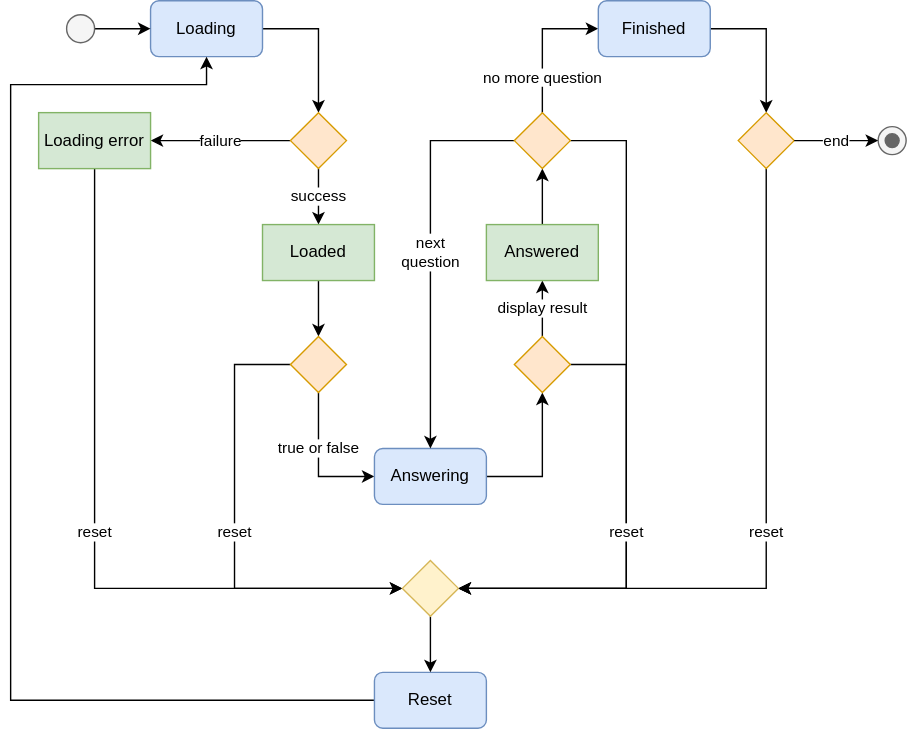
The draw.io diagram assignments/hw5/diagram1.svg in hanggrian/IIT-ITM555, before a commit. Source tidied: cells renumbered, new cells last; positions are measured from the earlier drawing's top-left corner, leaving out a move shared by most shapes.
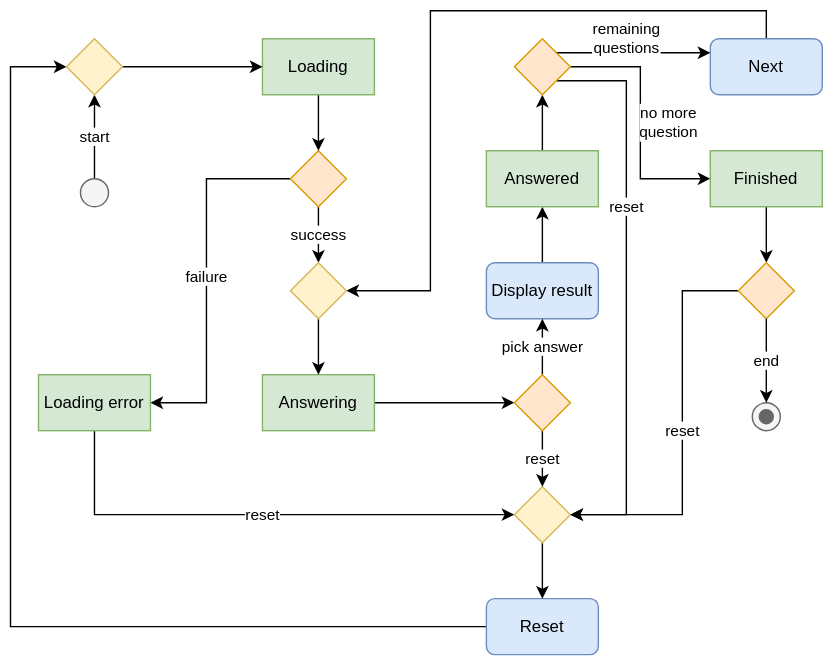
The same file after the commit.

The edit, as a diff of the source:
```diff
@@ -2,131 +2,144 @@
   <root>
     <mxCell id="0" />
     <mxCell id="1" parent="0" />
+    <mxCell id="5" value="failure" style="edgeStyle=orthogonalEdgeStyle;rounded=0;jettySize=auto;html=1;exitX=0;exitY=0.5;exitDx=0;exitDy=0;entryX=1;entryY=0.5;entryDx=0;entryDy=0;" parent="1" edge="1" source="6" target="30">
+      <mxGeometry relative="1" as="geometry">
+        <Array as="points">
+          <mxPoint x="140" y="120" />
+          <mxPoint x="140" y="280" />
+        </Array>
+      </mxGeometry>
+    </mxCell>
+    <mxCell id="4" value="success" style="edgeStyle=orthogonalEdgeStyle;rounded=0;jettySize=auto;html=1;exitX=0.5;exitY=1;exitDx=0;exitDy=0;entryX=0.5;entryY=0;entryDx=0;entryDy=0;" parent="1" edge="1" source="6" target="51">
+      <mxGeometry relative="1" as="geometry" />
+    </mxCell>
+    <mxCell id="6" style="rhombus;whiteSpace=wrap;html=1;shadow=0;fontFamily=Helvetica;fontSize=12;align=center;strokeWidth=1;spacing=6;spacingTop=-4;fillColor=#ffe6cc;strokeColor=#d79b00;" parent="1" vertex="1">
+      <mxGeometry x="200" y="100" width="40" height="40" as="geometry" />
+    </mxCell>
+    <mxCell id="37" style="edgeStyle=orthogonalEdgeStyle;rounded=0;jettySize=auto;html=1;exitX=1;exitY=0.5;exitDx=0;exitDy=0;entryX=0;entryY=0.5;entryDx=0;entryDy=0;" parent="1" edge="1" source="8" target="46">
+      <mxGeometry relative="1" as="geometry" />
+    </mxCell>
+    <mxCell id="8" value="Answering" style="rounded=0;whiteSpace=wrap;html=1;fillColor=#d5e8d4;strokeColor=#82b366;" parent="1" vertex="1">
+      <mxGeometry x="180" y="260" width="80" height="40" as="geometry" />
+    </mxCell>
+    <mxCell id="38" style="edgeStyle=orthogonalEdgeStyle;rounded=0;jettySize=auto;html=1;exitX=0;exitY=0.5;exitDx=0;exitDy=0;entryX=0;entryY=0.5;entryDx=0;entryDy=0;" parent="1" edge="1" source="13" target="56">
+      <mxGeometry relative="1" as="geometry">
+        <Array as="points">
+          <mxPoint y="440" />
+          <mxPoint y="40" />
+        </Array>
+      </mxGeometry>
+    </mxCell>
+    <mxCell id="13" value="Reset" style="rounded=1;whiteSpace=wrap;html=1;fontSize=12;glass=0;strokeWidth=1;shadow=0;fillColor=#dae8fc;strokeColor=#6c8ebf;" parent="1" vertex="1">
+      <mxGeometry x="340" y="420" width="80" height="40" as="geometry" />
+    </mxCell>
+    <mxCell id="39" style="edgeStyle=orthogonalEdgeStyle;rounded=0;jettySize=auto;html=1;exitX=0.5;exitY=0;exitDx=0;exitDy=0;entryX=0.5;entryY=1;entryDx=0;entryDy=0;" parent="1" edge="1" source="15" target="20">
+      <mxGeometry relative="1" as="geometry" />
+    </mxCell>
+    <mxCell id="15" value="Display result" style="rounded=1;whiteSpace=wrap;html=1;fontSize=12;glass=0;strokeWidth=1;shadow=0;fillColor=#dae8fc;strokeColor=#6c8ebf;" parent="1" vertex="1">
+      <mxGeometry x="340" y="180" width="80" height="40" as="geometry" />
+    </mxCell>
+    <mxCell id="40" style="edgeStyle=orthogonalEdgeStyle;rounded=0;jettySize=auto;html=1;exitX=0.5;exitY=0;exitDx=0;exitDy=0;entryX=0.5;entryY=1;entryDx=0;entryDy=0;" parent="1" edge="1" source="20" target="49">
+      <mxGeometry relative="1" as="geometry" />
+    </mxCell>
+    <mxCell id="20" value="Answered" style="rounded=0;whiteSpace=wrap;html=1;fillColor=#d5e8d4;strokeColor=#82b366;" parent="1" vertex="1">
+      <mxGeometry x="340" y="100" width="80" height="40" as="geometry" />
+    </mxCell>
+    <mxCell id="28" style="edgeStyle=orthogonalEdgeStyle;rounded=0;jettySize=auto;html=1;exitX=0.5;exitY=1;exitDx=0;exitDy=0;entryX=0.5;entryY=0;entryDx=0;entryDy=0;" parent="1" edge="1" source="29" target="13">
+      <mxGeometry relative="1" as="geometry" />
+    </mxCell>
+    <mxCell id="29" style="rhombus;whiteSpace=wrap;html=1;shadow=0;fontFamily=Helvetica;fontSize=12;align=center;strokeWidth=1;spacing=6;spacingTop=-4;fillColor=#fff2cc;strokeColor=#d6b656;" parent="1" vertex="1">
+      <mxGeometry x="360" y="340" width="40" height="40" as="geometry" />
+    </mxCell>
+    <mxCell id="27" value="reset" style="edgeStyle=orthogonalEdgeStyle;rounded=0;jettySize=auto;html=1;exitX=0.5;exitY=1;exitDx=0;exitDy=0;entryX=0;entryY=0.5;entryDx=0;entryDy=0;" parent="1" edge="1" source="30" target="29">
+      <mxGeometry relative="1" as="geometry" />
+    </mxCell>
+    <mxCell id="30" value="Loading error" style="rounded=0;whiteSpace=wrap;html=1;fillColor=#d5e8d4;strokeColor=#82b366;" parent="1" vertex="1">
+      <mxGeometry x="20" y="260" width="80" height="40" as="geometry" />
+    </mxCell>
+    <mxCell id="41" value="start" style="edgeStyle=orthogonalEdgeStyle;rounded=0;jettySize=auto;html=1;exitX=0.5;exitY=0;exitDx=0;exitDy=0;entryX=0.5;entryY=1;entryDx=0;entryDy=0;" parent="1" edge="1" source="32" target="56">
+      <mxGeometry relative="1" as="geometry" />
+    </mxCell>
+    <mxCell id="32" style="ellipse;fillColor=#f5f5f5;html=1;fontColor=#333333;strokeColor=#666666;" parent="1" vertex="1">
+      <mxGeometry x="50" y="120" width="20" height="20" as="geometry" />
+    </mxCell>
+    <mxCell id="35" style="shape=mxgraph.sysml.actFinal;html=1;verticalLabelPosition=bottom;labelBackgroundColor=#ffffff;verticalAlign=top;fillColor=#f5f5f5;fontColor=#333333;strokeColor=#666666;" parent="1" vertex="1">
+      <mxGeometry x="530" y="280" width="20" height="20" as="geometry" />
+    </mxCell>
+    <mxCell id="42" style="edgeStyle=orthogonalEdgeStyle;rounded=0;jettySize=auto;html=1;exitX=0.5;exitY=0;exitDx=0;exitDy=0;entryX=1;entryY=0.5;entryDx=0;entryDy=0;" parent="1" edge="1" source="43" target="51">
+      <mxGeometry relative="1" as="geometry">
+        <Array as="points">
+          <mxPoint x="540" />
+          <mxPoint x="300" />
+          <mxPoint x="300" y="200" />
+        </Array>
+      </mxGeometry>
+    </mxCell>
+    <mxCell id="43" value="Next" style="rounded=1;whiteSpace=wrap;html=1;fontSize=12;glass=0;strokeWidth=1;shadow=0;fillColor=#dae8fc;strokeColor=#6c8ebf;" parent="1" vertex="1">
+      <mxGeometry x="500" y="20" width="80" height="40" as="geometry" />
+    </mxCell>
+    <mxCell id="44" value="pick answer" style="edgeStyle=orthogonalEdgeStyle;rounded=0;jettySize=auto;html=1;exitX=0.5;exitY=0;exitDx=0;exitDy=0;entryX=0.5;entryY=1;entryDx=0;entryDy=0;" parent="1" edge="1" source="46" target="15">
+      <mxGeometry relative="1" as="geometry" />
+    </mxCell>
+    <mxCell id="45" value="reset" style="edgeStyle=orthogonalEdgeStyle;rounded=0;jettySize=auto;html=1;exitX=0.5;exitY=1;exitDx=0;exitDy=0;entryX=0.5;entryY=0;entryDx=0;entryDy=0;" parent="1" edge="1" source="46" target="29">
+      <mxGeometry relative="1" as="geometry" />
+    </mxCell>
+    <mxCell id="46" style="rhombus;whiteSpace=wrap;html=1;shadow=0;fontFamily=Helvetica;fontSize=12;align=center;strokeWidth=1;spacing=6;spacingTop=-4;fillColor=#ffe6cc;strokeColor=#d79b00;" parent="1" vertex="1">
+      <mxGeometry x="360" y="260" width="40" height="40" as="geometry" />
+    </mxCell>
-    <mxCell id="2" style="edgeStyle=orthogonalEdgeStyle;rounded=0;jettySize=auto;html=1;exitX=1;exitY=0.5;exitDx=0;exitDy=0;entryX=0.5;entryY=0;entryDx=0;entryDy=0;" parent="1" edge="1" source="3" target="6">
+    <mxCell id="2" style="edgeStyle=orthogonalEdgeStyle;rounded=0;jettySize=auto;html=1;exitX=0.5;exitY=1;exitDx=0;exitDy=0;entryX=0.5;entryY=0;entryDx=0;entryDy=0;" parent="1" edge="1" source="3" target="6">
       <mxGeometry relative="1" as="geometry" />
     </mxCell>
-    <mxCell id="3" value="Loading" style="rounded=1;whiteSpace=wrap;html=1;fontSize=12;glass=0;strokeWidth=1;shadow=0;fillColor=#dae8fc;strokeColor=#6c8ebf;" parent="1" vertex="1">
-      <mxGeometry x="100" width="80" height="40" as="geometry" />
+    <mxCell id="3" value="Loading" style="rounded=0;whiteSpace=wrap;html=1;fillColor=#d5e8d4;strokeColor=#82b366;" parent="1" vertex="1">
+      <mxGeometry x="180" y="20" width="80" height="40" as="geometry" />
     </mxCell>
-    <mxCell id="4" value="success" style="edgeStyle=orthogonalEdgeStyle;rounded=0;jettySize=auto;html=1;exitX=0.5;exitY=1;exitDx=0;exitDy=0;entryX=0.5;entryY=0;entryDx=0;entryDy=0;" parent="1" edge="1" source="6" target="8">
-      <mxGeometry relative="1" as="geometry" />
-    </mxCell>
-    <mxCell id="5" value="failure" style="edgeStyle=orthogonalEdgeStyle;rounded=0;jettySize=auto;html=1;exitX=0;exitY=0.5;exitDx=0;exitDy=0;entryX=1;entryY=0.5;entryDx=0;entryDy=0;" parent="1" edge="1" source="6" target="30">
-      <mxGeometry relative="1" as="geometry" />
-    </mxCell>
-    <mxCell id="6" style="rhombus;whiteSpace=wrap;html=1;shadow=0;fontFamily=Helvetica;fontSize=12;align=center;strokeWidth=1;spacing=6;spacingTop=-4;fillColor=#ffe6cc;strokeColor=#d79b00;" parent="1" vertex="1">
-      <mxGeometry x="200" y="80" width="40" height="40" as="geometry" />
-    </mxCell>
-    <mxCell id="7" style="edgeStyle=orthogonalEdgeStyle;rounded=0;jettySize=auto;html=1;exitX=0.5;exitY=1;exitDx=0;exitDy=0;entryX=0.5;entryY=0;entryDx=0;entryDy=0;" parent="1" edge="1" source="8" target="11">
-      <mxGeometry relative="1" as="geometry" />
-    </mxCell>
-    <mxCell id="8" value="Loaded" style="rounded=0;whiteSpace=wrap;html=1;fillColor=#d5e8d4;strokeColor=#82b366;" parent="1" vertex="1">
-      <mxGeometry x="180" y="160" width="80" height="40" as="geometry" />
-    </mxCell>
-    <mxCell id="9" value="reset" style="edgeStyle=orthogonalEdgeStyle;rounded=0;jettySize=auto;html=1;exitX=0;exitY=0.5;exitDx=0;exitDy=0;entryX=0;entryY=0.5;entryDx=0;entryDy=0;" parent="1" edge="1" source="11" target="29">
-      <mxGeometry relative="1" as="geometry">
-        <Array as="points">
-          <mxPoint x="160" y="260" />
-          <mxPoint x="160" y="420" />
-        </Array>
-      </mxGeometry>
-    </mxCell>
-    <mxCell id="10" value="true or false" style="edgeStyle=orthogonalEdgeStyle;rounded=0;jettySize=auto;html=1;exitX=0.5;exitY=1;exitDx=0;exitDy=0;entryX=0;entryY=0.5;entryDx=0;entryDy=0;" parent="1" edge="1" source="11" target="15">
-      <mxGeometry x="-0.2" relative="1" as="geometry" />
-    </mxCell>
-    <mxCell id="11" style="rhombus;whiteSpace=wrap;html=1;shadow=0;fontFamily=Helvetica;fontSize=12;align=center;strokeWidth=1;spacing=6;spacingTop=-4;fillColor=#ffe6cc;strokeColor=#d79b00;" parent="1" vertex="1">
-      <mxGeometry x="200" y="240" width="40" height="40" as="geometry" />
-    </mxCell>
-    <mxCell id="12" style="edgeStyle=orthogonalEdgeStyle;rounded=0;jettySize=auto;html=1;exitX=0;exitY=0.5;exitDx=0;exitDy=0;entryX=0.5;entryY=1;entryDx=0;entryDy=0;" parent="1" edge="1" source="13" target="3">
-      <mxGeometry relative="1" as="geometry">
-        <Array as="points">
-          <mxPoint y="500" />
-          <mxPoint y="60" />
-          <mxPoint x="140" y="60" />
-        </Array>
-      </mxGeometry>
-    </mxCell>
-    <mxCell id="13" value="Reset" style="rounded=1;whiteSpace=wrap;html=1;fontSize=12;glass=0;strokeWidth=1;shadow=0;fillColor=#dae8fc;strokeColor=#6c8ebf;" parent="1" vertex="1">
-      <mxGeometry x="260" y="480" width="80" height="40" as="geometry" />
-    </mxCell>
-    <mxCell id="14" style="edgeStyle=orthogonalEdgeStyle;rounded=0;jettySize=auto;html=1;exitX=1;exitY=0.5;exitDx=0;exitDy=0;entryX=0.5;entryY=1;entryDx=0;entryDy=0;" parent="1" edge="1" source="15" target="18">
-      <mxGeometry relative="1" as="geometry" />
-    </mxCell>
-    <mxCell id="15" value="Answering" style="rounded=1;whiteSpace=wrap;html=1;fontSize=12;glass=0;strokeWidth=1;shadow=0;fillColor=#dae8fc;strokeColor=#6c8ebf;" parent="1" vertex="1">
-      <mxGeometry x="260" y="320" width="80" height="40" as="geometry" />
-    </mxCell>
-    <mxCell id="16" value="display result" style="edgeStyle=orthogonalEdgeStyle;rounded=0;jettySize=auto;html=1;exitX=0.5;exitY=0;exitDx=0;exitDy=0;entryX=0.5;entryY=1;entryDx=0;entryDy=0;" parent="1" edge="1" source="18" target="20">
-      <mxGeometry relative="1" as="geometry" />
-    </mxCell>
-    <mxCell id="17" style="edgeStyle=orthogonalEdgeStyle;rounded=0;jettySize=auto;html=1;exitX=1;exitY=0.5;exitDx=0;exitDy=0;entryX=1;entryY=0.5;entryDx=0;entryDy=0;" parent="1" edge="1" source="18" target="29">
-      <mxGeometry relative="1" as="geometry">
-        <Array as="points">
-          <mxPoint x="440" y="260" />
-          <mxPoint x="440" y="420" />
-        </Array>
-      </mxGeometry>
-    </mxCell>
-    <mxCell id="18" style="rhombus;whiteSpace=wrap;html=1;shadow=0;fontFamily=Helvetica;fontSize=12;align=center;strokeWidth=1;spacing=6;spacingTop=-4;fillColor=#ffe6cc;strokeColor=#d79b00;" parent="1" vertex="1">
-      <mxGeometry x="360" y="240" width="40" height="40" as="geometry" />
-    </mxCell>
-    <mxCell id="19" style="edgeStyle=orthogonalEdgeStyle;rounded=0;jettySize=auto;html=1;exitX=0.5;exitY=0;exitDx=0;exitDy=0;entryX=0.5;entryY=1;entryDx=0;entryDy=0;" parent="1" edge="1" source="20" target="24">
-      <mxGeometry relative="1" as="geometry" />
-    </mxCell>
-    <mxCell id="20" value="Answered" style="rounded=0;whiteSpace=wrap;html=1;fillColor=#d5e8d4;strokeColor=#82b366;" parent="1" vertex="1">
-      <mxGeometry x="340" y="160" width="80" height="40" as="geometry" />
-    </mxCell>
+    <mxCell id="47" value="remaining&lt;div&gt;questions&lt;/div&gt;" style="edgeStyle=orthogonalEdgeStyle;rounded=0;jettySize=auto;html=1;exitX=1;exitY=0;exitDx=0;exitDy=0;entryX=0;entryY=0.25;entryDx=0;entryDy=0;" parent="1" edge="1" source="49" target="43">
+      <mxGeometry x="-0.09" y="10" relative="1" as="geometry" />
+    </mxCell>
-    <mxCell id="21" value="no more question" style="edgeStyle=orthogonalEdgeStyle;rounded=0;jettySize=auto;html=1;exitX=0.5;exitY=0;exitDx=0;exitDy=0;entryX=0;entryY=0.5;entryDx=0;entryDy=0;" parent="1" edge="1" source="24" target="26">
-      <mxGeometry x="-0.5" relative="1" as="geometry" />
+    <mxCell id="21" value="no more&lt;div&gt;question&lt;/div&gt;" style="edgeStyle=orthogonalEdgeStyle;rounded=0;jettySize=auto;html=1;exitX=1;exitY=0.5;exitDx=0;exitDy=0;entryX=0;entryY=0.5;entryDx=0;entryDy=0;" parent="1" edge="1" source="49" target="26">
+      <mxGeometry y="20" relative="1" as="geometry" />
     </mxCell>
-    <mxCell id="22" value="reset" style="edgeStyle=orthogonalEdgeStyle;rounded=0;jettySize=auto;html=1;exitX=1;exitY=0.5;exitDx=0;exitDy=0;" parent="1" edge="1" source="24">
-      <mxGeometry x="0.33" relative="1" as="geometry">
-        <mxPoint x="320" y="420" as="targetPoint" />
-        <Array as="points">
-          <mxPoint x="440" y="100" />
-          <mxPoint x="440" y="420" />
-        </Array>
-      </mxGeometry>
-    </mxCell>
-    <mxCell id="23" value="next&lt;div&gt;question&lt;/div&gt;" style="edgeStyle=orthogonalEdgeStyle;rounded=0;jettySize=auto;html=1;exitX=0;exitY=0.5;exitDx=0;exitDy=0;entryX=0.5;entryY=0;entryDx=0;entryDy=0;" parent="1" edge="1" source="24" target="15">
-      <mxGeometry relative="1" as="geometry" />
-    </mxCell>
-    <mxCell id="24" style="rhombus;whiteSpace=wrap;html=1;shadow=0;fontFamily=Helvetica;fontSize=12;align=center;strokeWidth=1;spacing=6;spacingTop=-4;fillColor=#ffe6cc;strokeColor=#d79b00;" parent="1" vertex="1">
-      <mxGeometry x="360" y="80" width="40" height="40" as="geometry" />
-    </mxCell>
-    <mxCell id="25" style="edgeStyle=orthogonalEdgeStyle;rounded=0;jettySize=auto;html=1;exitX=1;exitY=0.5;exitDx=0;exitDy=0;entryX=0.5;entryY=0;entryDx=0;entryDy=0;" parent="1" edge="1" source="26" target="34">
-      <mxGeometry relative="1" as="geometry" />
-    </mxCell>
+    <mxCell id="48" value="reset" style="edgeStyle=orthogonalEdgeStyle;rounded=0;jettySize=auto;html=1;exitX=1;exitY=1;exitDx=0;exitDy=0;entryX=1;entryY=0.5;entryDx=0;entryDy=0;" parent="1" edge="1" source="49" target="29">
+      <mxGeometry x="-0.3" relative="1" as="geometry">
+        <Array as="points">
+          <mxPoint x="440" y="50" />
+          <mxPoint x="440" y="360" />
+        </Array>
+      </mxGeometry>
+    </mxCell>
+    <mxCell id="49" style="rhombus;whiteSpace=wrap;html=1;shadow=0;fontFamily=Helvetica;fontSize=12;align=center;strokeWidth=1;spacing=6;spacingTop=-4;fillColor=#ffe6cc;strokeColor=#d79b00;" parent="1" vertex="1">
+      <mxGeometry x="360" y="20" width="40" height="40" as="geometry" />
+    </mxCell>
+    <mxCell id="50" style="edgeStyle=orthogonalEdgeStyle;rounded=0;jettySize=auto;html=1;" parent="1" edge="1" source="51" target="8">
+      <mxGeometry relative="1" as="geometry" />
+    </mxCell>
+    <mxCell id="51" style="rhombus;whiteSpace=wrap;html=1;shadow=0;fontFamily=Helvetica;fontSize=12;align=center;strokeWidth=1;spacing=6;spacingTop=-4;fillColor=#fff2cc;strokeColor=#d6b656;" parent="1" vertex="1">
+      <mxGeometry x="200" y="180" width="40" height="40" as="geometry" />
+    </mxCell>
+    <mxCell id="52" style="edgeStyle=orthogonalEdgeStyle;rounded=0;jettySize=auto;html=1;exitX=0.5;exitY=1;exitDx=0;exitDy=0;entryX=0.5;entryY=0;entryDx=0;entryDy=0;" parent="1" edge="1" source="26" target="54">
+      <mxGeometry relative="1" as="geometry" />
+    </mxCell>
-    <mxCell id="26" value="Finished" style="rounded=1;whiteSpace=wrap;html=1;fontSize=12;glass=0;strokeWidth=1;shadow=0;fillColor=#dae8fc;strokeColor=#6c8ebf;" parent="1" vertex="1">
-      <mxGeometry x="420" width="80" height="40" as="geometry" />
+    <mxCell id="26" value="Finished" style="rounded=0;whiteSpace=wrap;html=1;fillColor=#d5e8d4;strokeColor=#82b366;" parent="1" vertex="1">
+      <mxGeometry x="500" y="100" width="80" height="40" as="geometry" />
     </mxCell>
-    <mxCell id="27" value="reset" style="edgeStyle=orthogonalEdgeStyle;rounded=0;jettySize=auto;html=1;entryX=0;entryY=0.5;entryDx=0;entryDy=0;exitX=0.5;exitY=1;exitDx=0;exitDy=0;" parent="1" edge="1" source="30" target="29">
-      <mxGeometry relative="1" as="geometry" />
-    </mxCell>
-    <mxCell id="28" style="edgeStyle=orthogonalEdgeStyle;rounded=0;jettySize=auto;html=1;exitX=0.5;exitY=1;exitDx=0;exitDy=0;entryX=0.5;entryY=0;entryDx=0;entryDy=0;" parent="1" edge="1" source="29" target="13">
-      <mxGeometry relative="1" as="geometry" />
-    </mxCell>
-    <mxCell id="29" style="rhombus;whiteSpace=wrap;html=1;shadow=0;fontFamily=Helvetica;fontSize=12;align=center;strokeWidth=1;spacing=6;spacingTop=-4;fillColor=#fff2cc;strokeColor=#d6b656;" parent="1" vertex="1">
-      <mxGeometry x="280" y="400" width="40" height="40" as="geometry" />
-    </mxCell>
-    <mxCell id="30" value="Loading error" style="rounded=0;whiteSpace=wrap;html=1;fillColor=#d5e8d4;strokeColor=#82b366;" parent="1" vertex="1">
-      <mxGeometry x="20" y="80" width="80" height="40" as="geometry" />
-    </mxCell>
-    <mxCell id="31" style="edgeStyle=orthogonalEdgeStyle;rounded=0;jettySize=auto;html=1;exitX=1;exitY=0.5;exitDx=0;exitDy=0;entryX=0;entryY=0.5;entryDx=0;entryDy=0;" parent="1" edge="1" source="32" target="3">
-      <mxGeometry relative="1" as="geometry" />
-    </mxCell>
-    <mxCell id="32" style="ellipse;fillColor=#f5f5f5;html=1;fontColor=#333333;strokeColor=#666666;" parent="1" vertex="1">
-      <mxGeometry x="40" y="10" width="20" height="20" as="geometry" />
-    </mxCell>
-    <mxCell id="33" value="reset" style="edgeStyle=orthogonalEdgeStyle;rounded=0;jettySize=auto;html=1;exitX=0.5;exitY=1;exitDx=0;exitDy=0;entryX=1;entryY=0.5;entryDx=0;entryDy=0;" parent="1" edge="1" source="34" target="29">
-      <mxGeometry relative="1" as="geometry" />
-    </mxCell>
-    <mxCell id="34" style="rhombus;whiteSpace=wrap;html=1;shadow=0;fontFamily=Helvetica;fontSize=12;align=center;strokeWidth=1;spacing=6;spacingTop=-4;fillColor=#ffe6cc;strokeColor=#d79b00;" parent="1" vertex="1">
-      <mxGeometry x="520" y="80" width="40" height="40" as="geometry" />
-    </mxCell>
-    <mxCell id="35" style="shape=mxgraph.sysml.actFinal;html=1;verticalLabelPosition=bottom;labelBackgroundColor=#ffffff;verticalAlign=top;fillColor=#f5f5f5;fontColor=#333333;strokeColor=#666666;" parent="1" vertex="1">
-      <mxGeometry x="620" y="90" width="20" height="20" as="geometry" />
-    </mxCell>
+    <mxCell id="53" value="reset" style="edgeStyle=orthogonalEdgeStyle;rounded=0;jettySize=auto;html=1;exitX=0;exitY=0.5;exitDx=0;exitDy=0;entryX=1;entryY=0.5;entryDx=0;entryDy=0;" parent="1" edge="1" source="54" target="29">
+      <mxGeometry relative="1" as="geometry">
+        <Array as="points">
+          <mxPoint x="480" y="200" />
+          <mxPoint x="480" y="360" />
+        </Array>
+      </mxGeometry>
+    </mxCell>
+    <mxCell id="54" style="rhombus;whiteSpace=wrap;html=1;shadow=0;fontFamily=Helvetica;fontSize=12;align=center;strokeWidth=1;spacing=6;spacingTop=-4;fillColor=#ffe6cc;strokeColor=#d79b00;" parent="1" vertex="1">
+      <mxGeometry x="520" y="180" width="40" height="40" as="geometry" />
+    </mxCell>
+    <mxCell id="55" style="edgeStyle=orthogonalEdgeStyle;rounded=0;jettySize=auto;html=1;exitX=1;exitY=0.5;exitDx=0;exitDy=0;entryX=0;entryY=0.5;entryDx=0;entryDy=0;" parent="1" edge="1" source="56" target="3">
+      <mxGeometry relative="1" as="geometry" />
+    </mxCell>
+    <mxCell id="56" style="rhombus;whiteSpace=wrap;html=1;shadow=0;fontFamily=Helvetica;fontSize=12;align=center;strokeWidth=1;spacing=6;spacingTop=-4;fillColor=#fff2cc;strokeColor=#d6b656;" parent="1" vertex="1">
+      <mxGeometry x="40" y="20" width="40" height="40" as="geometry" />
+    </mxCell>
-    <mxCell id="36" value="end" style="edgeStyle=orthogonalEdgeStyle;rounded=0;jettySize=auto;html=1;exitX=1;exitY=0.5;exitDx=0;exitDy=0;entryX=0;entryY=0.5;entryDx=0;entryDy=0;entryPerimeter=0;" parent="1" edge="1" source="34" target="35">
+    <mxCell id="36" value="end" style="edgeStyle=orthogonalEdgeStyle;rounded=0;jettySize=auto;html=1;exitX=0.5;exitY=1;exitDx=0;exitDy=0;entryX=0.5;entryY=0;entryDx=0;entryDy=0;entryPerimeter=0;" parent="1" edge="1" source="54" target="35">
       <mxGeometry relative="1" as="geometry" />
     </mxCell>
   </root>
```
